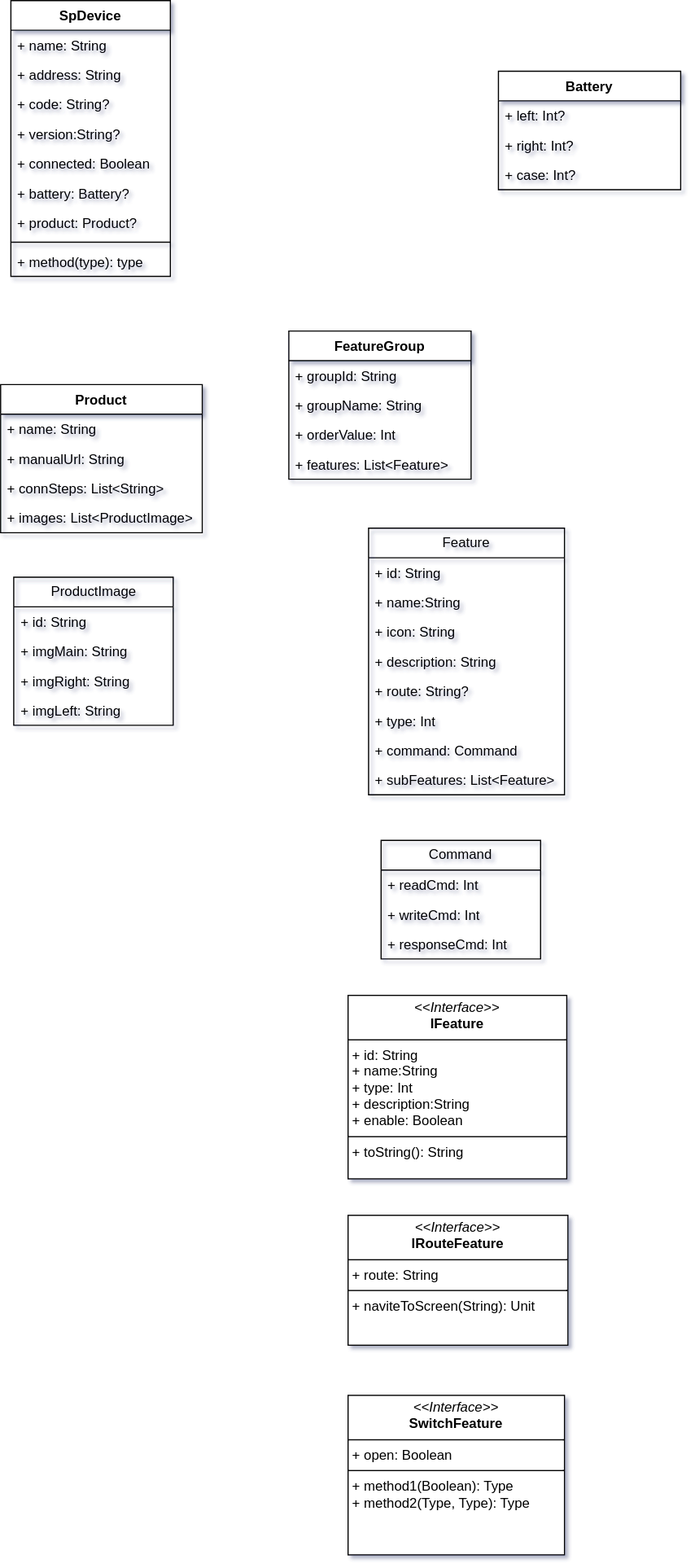
Above: 未命名绘图.drawio.svg in kekemao00/draw-libs (draw.io), before the change. Source tidied: cells renumbered, new cells last; positions are measured from the earlier drawing's top-left corner, leaving out a move shared by most shapes.
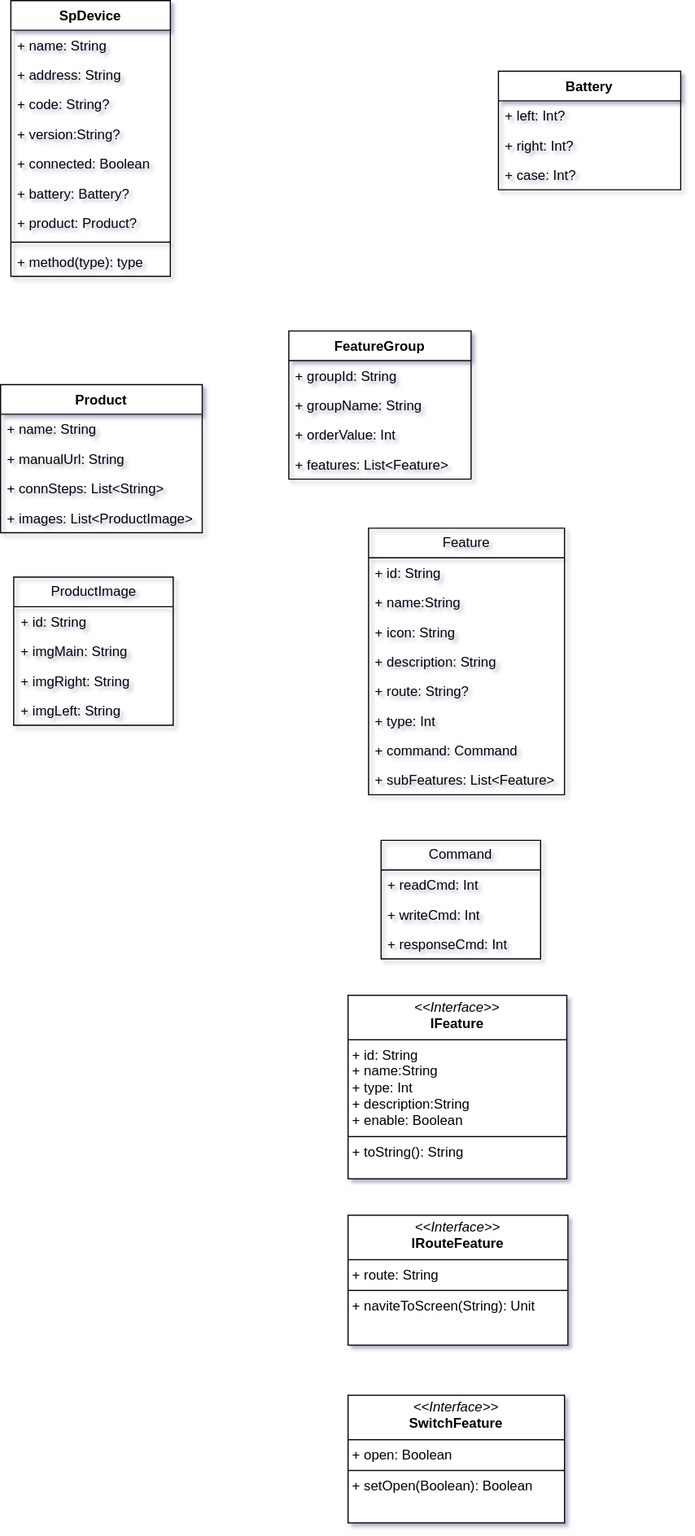
After the change.

Commit message:
更新未命名绘图.drawio.svg

Change to the diagram source:
```diff
@@ -131,8 +131,8 @@
     <mxCell id="44" value="&lt;p style=&quot;margin:0px;margin-top:4px;text-align:center;&quot;&gt;&lt;i&gt;&amp;lt;&amp;lt;Interface&amp;gt;&amp;gt;&lt;/i&gt;&lt;br&gt;&lt;b&gt;IFeature&lt;/b&gt;&lt;/p&gt;&lt;hr size=&quot;1&quot; style=&quot;border-style:solid;&quot;&gt;&lt;p style=&quot;margin:0px;margin-left:4px;&quot;&gt;+ id: String&lt;br&gt;+ name:String&lt;br&gt;+ type: Int&lt;br&gt;+ description:String&lt;br&gt;+&amp;nbsp;enable: Boolean&lt;/p&gt;&lt;hr size=&quot;1&quot; style=&quot;border-style:solid;&quot;&gt;&lt;p style=&quot;margin:0px;margin-left:4px;&quot;&gt;+ toString(): String&lt;br&gt;&lt;/p&gt;" style="verticalAlign=top;align=left;overflow=fill;html=1;whiteSpace=wrap;" parent="1" vertex="1">
       <mxGeometry x="305" y="873" width="192" height="161" as="geometry" />
     </mxCell>
-    <mxCell id="45" value="&lt;p style=&quot;margin:0px;margin-top:4px;text-align:center;&quot;&gt;&lt;i&gt;&amp;lt;&amp;lt;Interface&amp;gt;&amp;gt;&lt;/i&gt;&lt;br&gt;&lt;b&gt;SwitchFeature&lt;/b&gt;&lt;/p&gt;&lt;hr size=&quot;1&quot; style=&quot;border-style:solid;&quot;&gt;&lt;p style=&quot;margin:0px;margin-left:4px;&quot;&gt;+ open: Boolean&lt;br&gt;&lt;/p&gt;&lt;hr size=&quot;1&quot; style=&quot;border-style:solid;&quot;&gt;&lt;p style=&quot;margin:0px;margin-left:4px;&quot;&gt;+ method1(Boolean): Type&lt;br&gt;+ method2(Type, Type): Type&lt;/p&gt;" style="verticalAlign=top;align=left;overflow=fill;html=1;whiteSpace=wrap;" parent="1" vertex="1">
-      <mxGeometry x="305" y="1224" width="190" height="140" as="geometry" />
+    <mxCell id="45" value="&lt;p style=&quot;margin:0px;margin-top:4px;text-align:center;&quot;&gt;&lt;i&gt;&amp;lt;&amp;lt;Interface&amp;gt;&amp;gt;&lt;/i&gt;&lt;br&gt;&lt;b&gt;SwitchFeature&lt;/b&gt;&lt;/p&gt;&lt;hr size=&quot;1&quot; style=&quot;border-style:solid;&quot;&gt;&lt;p style=&quot;margin:0px;margin-left:4px;&quot;&gt;+ open: Boolean&lt;br&gt;&lt;/p&gt;&lt;hr size=&quot;1&quot; style=&quot;border-style:solid;&quot;&gt;&lt;p style=&quot;margin:0px;margin-left:4px;&quot;&gt;+ setOpen(Boolean): Boolean&lt;/p&gt;" style="verticalAlign=top;align=left;overflow=fill;html=1;whiteSpace=wrap;" parent="1" vertex="1">
+      <mxGeometry x="305" y="1224" width="190" height="112" as="geometry" />
     </mxCell>
     <mxCell id="46" value="&lt;p style=&quot;margin:0px;margin-top:4px;text-align:center;&quot;&gt;&lt;i&gt;&amp;lt;&amp;lt;Interface&amp;gt;&amp;gt;&lt;/i&gt;&lt;br&gt;&lt;b&gt;IRouteFeature&lt;/b&gt;&lt;/p&gt;&lt;hr size=&quot;1&quot; style=&quot;border-style:solid;&quot;&gt;&lt;p style=&quot;margin:0px;margin-left:4px;&quot;&gt;+ route: String&lt;/p&gt;&lt;hr size=&quot;1&quot; style=&quot;border-style:solid;&quot;&gt;&lt;p style=&quot;margin:0px;margin-left:4px;&quot;&gt;+ naviteToScreen(String): Unit&lt;br&gt;&lt;/p&gt;" style="verticalAlign=top;align=left;overflow=fill;html=1;whiteSpace=wrap;" parent="1" vertex="1">
       <mxGeometry x="305" y="1066" width="193" height="114" as="geometry" />
```
